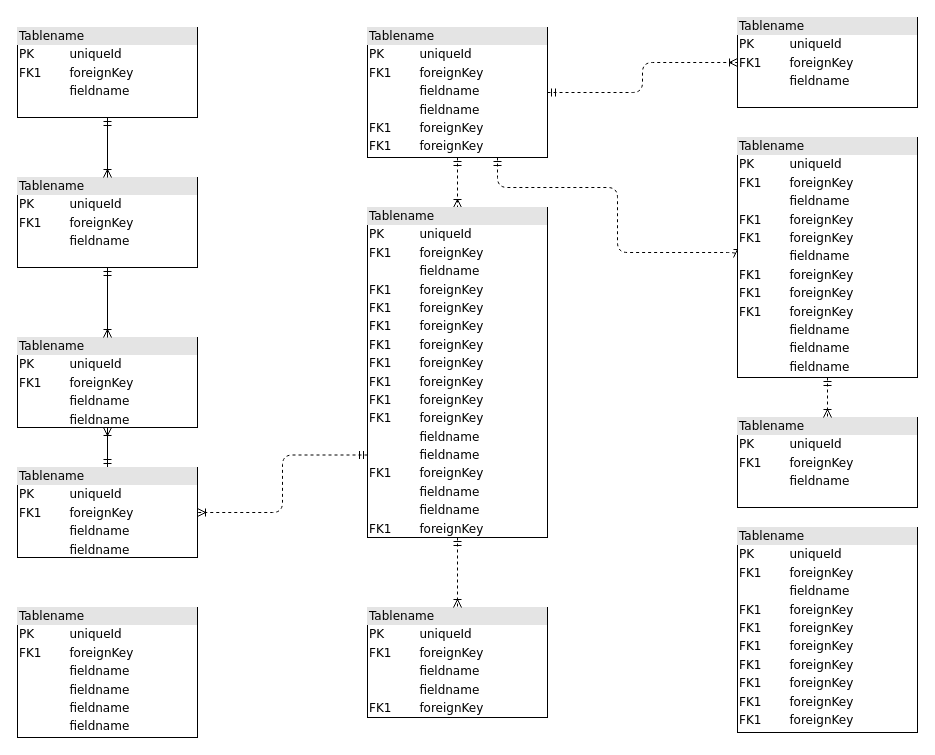
Before: HR_Model.drawio in nhanhoangle/DrawIO, a draw.io diagram. Source tidied: cells renumbered, new cells numbered last; positions are measured from the earlier drawing's top-left corner, leaving out a move shared by most shapes. Both pictures are drawn from the tidied source at 100%, with x=0, y=0 at pixel (17, 17).
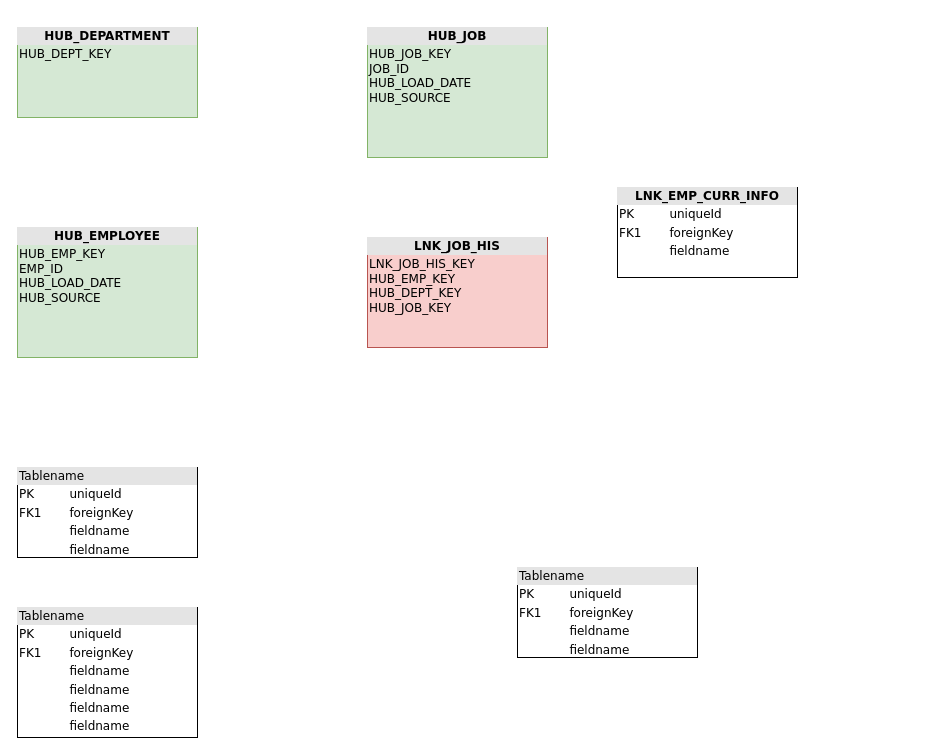
After the change.

The change refers to these unchanged cells:
```xml
<mxCell id="9" value="&lt;div style=&quot;box-sizing: border-box ; width: 100% ; background: #e4e4e4 ; padding: 2px&quot;&gt;Tablename&lt;/div&gt;&lt;table style=&quot;width: 100% ; font-size: 1em&quot; cellpadding=&quot;2&quot; cellspacing=&quot;0&quot;&gt;&lt;tbody&gt;&lt;tr&gt;&lt;td&gt;PK&lt;/td&gt;&lt;td&gt;uniqueId&lt;/td&gt;&lt;/tr&gt;&lt;tr&gt;&lt;td&gt;FK1&lt;/td&gt;&lt;td&gt;foreignKey&lt;/td&gt;&lt;/tr&gt;&lt;tr&gt;&lt;td&gt;&lt;/td&gt;&lt;td&gt;fieldname&lt;/td&gt;&lt;/tr&gt;&lt;tr&gt;&lt;td&gt;&lt;br&gt;&lt;/td&gt;&lt;td&gt;fieldname&lt;br&gt;&lt;/td&gt;&lt;/tr&gt;&lt;/tbody&gt;&lt;/table&gt;" style="verticalAlign=top;align=left;overflow=fill;html=1;rounded=0;shadow=0;comic=0;labelBackgroundColor=none;strokeWidth=1;fontFamily=Verdana;fontSize=12;" parent="1" vertex="1">
  <mxGeometry y="450" width="180" height="90" as="geometry" />
</mxCell>
```

Change to the diagram source:
```diff
@@
-    <mxCell id="2" value="&lt;div style=&quot;box-sizing:border-box;width:100%;background:#e4e4e4;padding:2px;&quot;&gt;Tablename&lt;/div&gt;&lt;table style=&quot;width:100%;font-size:1em;&quot; cellpadding=&quot;2&quot; cellspacing=&quot;0&quot;&gt;&lt;tr&gt;&lt;td&gt;PK&lt;/td&gt;&lt;td&gt;uniqueId&lt;/td&gt;&lt;/tr&gt;&lt;tr&gt;&lt;td&gt;FK1&lt;/td&gt;&lt;td&gt;foreignKey&lt;/td&gt;&lt;/tr&gt;&lt;tr&gt;&lt;td&gt;&lt;/td&gt;&lt;td&gt;fieldname&lt;/td&gt;&lt;/tr&gt;&lt;/table&gt;" style="verticalAlign=top;align=left;overflow=fill;html=1;rounded=0;shadow=0;comic=0;labelBackgroundColor=none;strokeWidth=1;fontFamily=Verdana;fontSize=12;" parent="1" vertex="1">
+    <mxCell id="2" value="&lt;div style=&quot;text-align: center ; box-sizing: border-box ; width: 100% ; background: rgb(228 , 228 , 228) ; padding: 2px&quot;&gt;&lt;b&gt;HUB_DEPARTMENT&lt;/b&gt;&lt;/div&gt;&lt;table style=&quot;width: 100% ; font-size: 1em&quot; cellpadding=&quot;2&quot; cellspacing=&quot;0&quot;&gt;&lt;tbody&gt;&lt;tr&gt;&lt;td&gt;HUB_DEPT_KEY&lt;/td&gt;&lt;td&gt;&lt;br&gt;&lt;/td&gt;&lt;/tr&gt;&lt;/tbody&gt;&lt;/table&gt;" style="verticalAlign=top;align=left;overflow=fill;html=1;rounded=0;shadow=0;comic=0;labelBackgroundColor=none;strokeWidth=1;fontFamily=Verdana;fontSize=12;fillColor=#d5e8d4;strokeColor=#82b366;" parent="1" vertex="1">
       <mxGeometry y="10" width="180" height="90" as="geometry" />
     </mxCell>
-    <mxCell id="3" style="edgeStyle=orthogonalEdgeStyle;html=1;entryX=0.5;entryY=0;dashed=1;labelBackgroundColor=none;startArrow=ERmandOne;endArrow=ERoneToMany;fontFamily=Verdana;fontSize=12;align=left;" parent="1" edge="1" source="6" target="16">
-      <mxGeometry relative="1" as="geometry" />
-    </mxCell>
-    <mxCell id="4" style="edgeStyle=orthogonalEdgeStyle;html=1;dashed=1;labelBackgroundColor=none;startArrow=ERmandOne;endArrow=ERoneToMany;fontFamily=Verdana;fontSize=12;align=left;entryX=0;entryY=0.5;" parent="1" edge="1" source="6" target="19">
-      <mxGeometry relative="1" as="geometry">
-        <Array as="points">
-          <mxPoint x="480" y="170" />
-          <mxPoint x="600" y="170" />
-          <mxPoint x="600" y="235" />
-        </Array>
-      </mxGeometry>
-    </mxCell>
-    <mxCell id="5" style="edgeStyle=orthogonalEdgeStyle;html=1;dashed=1;labelBackgroundColor=none;startArrow=ERmandOne;endArrow=ERoneToMany;fontFamily=Verdana;fontSize=12;align=left;" parent="1" edge="1" source="6" target="20">
-      <mxGeometry relative="1" as="geometry" />
-    </mxCell>
-    <mxCell id="6" value="&lt;div style=&quot;box-sizing: border-box ; width: 100% ; background: #e4e4e4 ; padding: 2px&quot;&gt;Tablename&lt;/div&gt;&lt;table style=&quot;width: 100% ; font-size: 1em&quot; cellpadding=&quot;2&quot; cellspacing=&quot;0&quot;&gt;&lt;tbody&gt;&lt;tr&gt;&lt;td&gt;PK&lt;/td&gt;&lt;td&gt;uniqueId&lt;/td&gt;&lt;/tr&gt;&lt;tr&gt;&lt;td&gt;FK1&lt;/td&gt;&lt;td&gt;foreignKey&lt;/td&gt;&lt;/tr&gt;&lt;tr&gt;&lt;td&gt;&lt;/td&gt;&lt;td&gt;fieldname&lt;/td&gt;&lt;/tr&gt;&lt;tr&gt;&lt;td&gt;&lt;br&gt;&lt;/td&gt;&lt;td&gt;fieldname&lt;br&gt;&lt;/td&gt;&lt;/tr&gt;&lt;tr&gt;&lt;td&gt;FK1&lt;br&gt;&lt;/td&gt;&lt;td&gt;foreignKey&lt;br&gt;&lt;/td&gt;&lt;/tr&gt;&lt;tr&gt;&lt;td&gt;FK1&lt;br&gt;&lt;/td&gt;&lt;td&gt;foreignKey&lt;br&gt;&lt;/td&gt;&lt;/tr&gt;&lt;/tbody&gt;&lt;/table&gt;" style="verticalAlign=top;align=left;overflow=fill;html=1;rounded=0;shadow=0;comic=0;labelBackgroundColor=none;strokeWidth=1;fontFamily=Verdana;fontSize=12;" parent="1" vertex="1">
+    <mxCell id="6" value="&lt;div style=&quot;text-align: center ; box-sizing: border-box ; width: 100% ; background: rgb(228 , 228 , 228) ; padding: 2px&quot;&gt;&lt;b&gt;HUB_JOB&lt;/b&gt;&lt;/div&gt;&lt;table style=&quot;width: 100% ; font-size: 1em&quot; cellpadding=&quot;2&quot; cellspacing=&quot;0&quot;&gt;&lt;tbody&gt;&lt;tr&gt;&lt;td&gt;HUB_JOB_KEY&lt;br&gt;JOB_ID&lt;br&gt;HUB_LOAD_DATE&lt;br&gt;HUB_SOURCE&lt;/td&gt;&lt;td&gt;&lt;br&gt;&lt;/td&gt;&lt;/tr&gt;&lt;/tbody&gt;&lt;/table&gt;" style="verticalAlign=top;align=left;overflow=fill;html=1;rounded=0;shadow=0;comic=0;labelBackgroundColor=none;strokeWidth=1;fontFamily=Verdana;fontSize=12;fillColor=#d5e8d4;strokeColor=#82b366;" parent="1" vertex="1">
       <mxGeometry x="350" y="10" width="180" height="130" as="geometry" />
     </mxCell>
-    <mxCell id="7" style="edgeStyle=orthogonalEdgeStyle;html=1;labelBackgroundColor=none;startArrow=ERmandOne;endArrow=ERoneToMany;fontFamily=Verdana;fontSize=12;align=left;" parent="1" edge="1" source="9" target="10">
-      <mxGeometry relative="1" as="geometry" />
-    </mxCell>
-    <mxCell id="8" style="edgeStyle=orthogonalEdgeStyle;html=1;exitX=0;exitY=0.75;entryX=1;entryY=0.5;dashed=1;labelBackgroundColor=none;startArrow=ERmandOne;endArrow=ERoneToMany;fontFamily=Verdana;fontSize=12;align=left;" parent="1" edge="1" source="16" target="9">
-      <mxGeometry relative="1" as="geometry" />
-    </mxCell>
@@
     <mxCell id="10" value="&lt;div style=&quot;box-sizing: border-box ; width: 100% ; background: #e4e4e4 ; padding: 2px&quot;&gt;Tablename&lt;/div&gt;&lt;table style=&quot;width: 100% ; font-size: 1em&quot; cellpadding=&quot;2&quot; cellspacing=&quot;0&quot;&gt;&lt;tbody&gt;&lt;tr&gt;&lt;td&gt;PK&lt;/td&gt;&lt;td&gt;uniqueId&lt;/td&gt;&lt;/tr&gt;&lt;tr&gt;&lt;td&gt;FK1&lt;/td&gt;&lt;td&gt;foreignKey&lt;/td&gt;&lt;/tr&gt;&lt;tr&gt;&lt;td&gt;&lt;/td&gt;&lt;td&gt;fieldname&lt;/td&gt;&lt;/tr&gt;&lt;tr&gt;&lt;td&gt;&lt;br&gt;&lt;/td&gt;&lt;td&gt;fieldname&lt;br&gt;&lt;/td&gt;&lt;/tr&gt;&lt;/tbody&gt;&lt;/table&gt;" style="verticalAlign=top;align=left;overflow=fill;html=1;rounded=0;shadow=0;comic=0;labelBackgroundColor=none;strokeWidth=1;fontFamily=Verdana;fontSize=12;" parent="1" vertex="1">
-      <mxGeometry y="320" width="180" height="90" as="geometry" />
+      <mxGeometry x="500" y="550" width="180" height="90" as="geometry" />
     </mxCell>
-    <mxCell id="11" style="edgeStyle=orthogonalEdgeStyle;html=1;entryX=0.5;entryY=0;labelBackgroundColor=none;startArrow=ERmandOne;endArrow=ERoneToMany;fontFamily=Verdana;fontSize=12;align=left;" parent="1" edge="1" source="12" target="10">
-      <mxGeometry relative="1" as="geometry" />
-    </mxCell>
-    <mxCell id="12" value="&lt;div style=&quot;box-sizing:border-box;width:100%;background:#e4e4e4;padding:2px;&quot;&gt;Tablename&lt;/div&gt;&lt;table style=&quot;width:100%;font-size:1em;&quot; cellpadding=&quot;2&quot; cellspacing=&quot;0&quot;&gt;&lt;tr&gt;&lt;td&gt;PK&lt;/td&gt;&lt;td&gt;uniqueId&lt;/td&gt;&lt;/tr&gt;&lt;tr&gt;&lt;td&gt;FK1&lt;/td&gt;&lt;td&gt;foreignKey&lt;/td&gt;&lt;/tr&gt;&lt;tr&gt;&lt;td&gt;&lt;/td&gt;&lt;td&gt;fieldname&lt;/td&gt;&lt;/tr&gt;&lt;/table&gt;" style="verticalAlign=top;align=left;overflow=fill;html=1;rounded=0;shadow=0;comic=0;labelBackgroundColor=none;strokeWidth=1;fontFamily=Verdana;fontSize=12;" parent="1" vertex="1">
-      <mxGeometry y="160" width="180" height="90" as="geometry" />
+    <mxCell id="12" value="&lt;div style=&quot;text-align: center ; box-sizing: border-box ; width: 100% ; background: rgb(228 , 228 , 228) ; padding: 2px&quot;&gt;&lt;b&gt;LNK_EMP_CURR_INFO&lt;/b&gt;&lt;/div&gt;&lt;table style=&quot;width: 100% ; font-size: 1em&quot; cellpadding=&quot;2&quot; cellspacing=&quot;0&quot;&gt;&lt;tbody&gt;&lt;tr&gt;&lt;td&gt;PK&lt;/td&gt;&lt;td&gt;uniqueId&lt;/td&gt;&lt;/tr&gt;&lt;tr&gt;&lt;td&gt;FK1&lt;/td&gt;&lt;td&gt;foreignKey&lt;/td&gt;&lt;/tr&gt;&lt;tr&gt;&lt;td&gt;&lt;/td&gt;&lt;td&gt;fieldname&lt;/td&gt;&lt;/tr&gt;&lt;/tbody&gt;&lt;/table&gt;" style="verticalAlign=top;align=left;overflow=fill;html=1;rounded=0;shadow=0;comic=0;labelBackgroundColor=none;strokeWidth=1;fontFamily=Verdana;fontSize=12;" parent="1" vertex="1">
+      <mxGeometry x="600" y="170" width="180" height="90" as="geometry" />
     </mxCell>
-    <mxCell id="13" value="&lt;div style=&quot;box-sizing: border-box ; width: 100% ; background: #e4e4e4 ; padding: 2px&quot;&gt;Tablename&lt;/div&gt;&lt;table style=&quot;width: 100% ; font-size: 1em&quot; cellpadding=&quot;2&quot; cellspacing=&quot;0&quot;&gt;&lt;tbody&gt;&lt;tr&gt;&lt;td&gt;PK&lt;/td&gt;&lt;td&gt;uniqueId&lt;/td&gt;&lt;/tr&gt;&lt;tr&gt;&lt;td&gt;FK1&lt;/td&gt;&lt;td&gt;foreignKey&lt;/td&gt;&lt;/tr&gt;&lt;tr&gt;&lt;td&gt;&lt;/td&gt;&lt;td&gt;fieldname&lt;/td&gt;&lt;/tr&gt;&lt;tr&gt;&lt;td&gt;FK1&lt;br&gt;&lt;/td&gt;&lt;td&gt;foreignKey&lt;br&gt;&lt;/td&gt;&lt;/tr&gt;&lt;tr&gt;&lt;td&gt;FK1&lt;br&gt;&lt;/td&gt;&lt;td&gt;foreignKey&lt;br&gt;&lt;/td&gt;&lt;/tr&gt;&lt;tr&gt;&lt;td&gt;FK1&lt;br&gt;&lt;/td&gt;&lt;td&gt;foreignKey&lt;br&gt;&lt;/td&gt;&lt;/tr&gt;&lt;tr&gt;&lt;td&gt;FK1&lt;br&gt;&lt;/td&gt;&lt;td&gt;foreignKey&lt;br&gt;&lt;/td&gt;&lt;/tr&gt;&lt;tr&gt;&lt;td&gt;FK1&lt;br&gt;&lt;/td&gt;&lt;td&gt;foreignKey&lt;br&gt;&lt;/td&gt;&lt;/tr&gt;&lt;tr&gt;&lt;td&gt;FK1&lt;br&gt;&lt;/td&gt;&lt;td&gt;foreignKey&lt;br&gt;&lt;/td&gt;&lt;/tr&gt;&lt;tr&gt;&lt;td&gt;FK1&lt;br&gt;&lt;/td&gt;&lt;td&gt;foreignKey&lt;br&gt;&lt;/td&gt;&lt;/tr&gt;&lt;/tbody&gt;&lt;/table&gt;" style="verticalAlign=top;align=left;overflow=fill;html=1;rounded=0;shadow=0;comic=0;labelBackgroundColor=none;strokeWidth=1;fontFamily=Verdana;fontSize=12;" parent="1" vertex="1">
-      <mxGeometry x="720" y="510" width="180" height="205" as="geometry" />
-    </mxCell>
-    <mxCell id="14" value="&lt;div style=&quot;box-sizing: border-box ; width: 100% ; background: #e4e4e4 ; padding: 2px&quot;&gt;Tablename&lt;/div&gt;&lt;table style=&quot;width: 100% ; font-size: 1em&quot; cellpadding=&quot;2&quot; cellspacing=&quot;0&quot;&gt;&lt;tbody&gt;&lt;tr&gt;&lt;td&gt;PK&lt;/td&gt;&lt;td&gt;uniqueId&lt;/td&gt;&lt;/tr&gt;&lt;tr&gt;&lt;td&gt;FK1&lt;/td&gt;&lt;td&gt;foreignKey&lt;/td&gt;&lt;/tr&gt;&lt;tr&gt;&lt;td&gt;&lt;/td&gt;&lt;td&gt;fieldname&lt;/td&gt;&lt;/tr&gt;&lt;tr&gt;&lt;td&gt;&lt;br&gt;&lt;/td&gt;&lt;td&gt;fieldname&lt;br&gt;&lt;/td&gt;&lt;/tr&gt;&lt;tr&gt;&lt;td&gt;FK1&lt;br&gt;&lt;/td&gt;&lt;td&gt;foreignKey&lt;br&gt;&lt;/td&gt;&lt;/tr&gt;&lt;/tbody&gt;&lt;/table&gt;" style="verticalAlign=top;align=left;overflow=fill;html=1;rounded=0;shadow=0;comic=0;labelBackgroundColor=none;strokeWidth=1;fontFamily=Verdana;fontSize=12;" parent="1" vertex="1">
-      <mxGeometry x="350" y="590" width="180" height="110" as="geometry" />
+    <mxCell id="14" value="&lt;div style=&quot;text-align: center ; box-sizing: border-box ; width: 100% ; background: rgb(228 , 228 , 228) ; padding: 2px&quot;&gt;&lt;b&gt;LNK_JOB_HIS&lt;/b&gt;&lt;/div&gt;&lt;table style=&quot;width: 100% ; font-size: 1em&quot; cellpadding=&quot;2&quot; cellspacing=&quot;0&quot;&gt;&lt;tbody&gt;&lt;tr&gt;&lt;td&gt;LNK_JOB_HIS_KEY&lt;br&gt;HUB_EMP_KEY&lt;br&gt;HUB_DEPT_KEY&lt;br&gt;HUB_JOB_KEY&lt;/td&gt;&lt;td&gt;&lt;br&gt;&lt;/td&gt;&lt;/tr&gt;&lt;/tbody&gt;&lt;/table&gt;" style="verticalAlign=top;align=left;overflow=fill;html=1;rounded=0;shadow=0;comic=0;labelBackgroundColor=none;strokeWidth=1;fontFamily=Verdana;fontSize=12;fillColor=#f8cecc;strokeColor=#b85450;" parent="1" vertex="1">
+      <mxGeometry x="350" y="220" width="180" height="110" as="geometry" />
     </mxCell>
-    <mxCell id="15" style="edgeStyle=orthogonalEdgeStyle;html=1;entryX=0.5;entryY=0;labelBackgroundColor=none;startArrow=ERmandOne;endArrow=ERoneToMany;fontFamily=Verdana;fontSize=12;align=left;dashed=1;" parent="1" edge="1" source="16" target="14">
-      <mxGeometry relative="1" as="geometry" />
-    </mxCell>
-    <mxCell id="16" value="&lt;div style=&quot;box-sizing: border-box ; width: 100% ; background: #e4e4e4 ; padding: 2px&quot;&gt;Tablename&lt;/div&gt;&lt;table style=&quot;width: 100% ; font-size: 1em&quot; cellpadding=&quot;2&quot; cellspacing=&quot;0&quot;&gt;&lt;tbody&gt;&lt;tr&gt;&lt;td&gt;PK&lt;/td&gt;&lt;td&gt;uniqueId&lt;/td&gt;&lt;/tr&gt;&lt;tr&gt;&lt;td&gt;FK1&lt;/td&gt;&lt;td&gt;foreignKey&lt;/td&gt;&lt;/tr&gt;&lt;tr&gt;&lt;td&gt;&lt;/td&gt;&lt;td&gt;fieldname&lt;/td&gt;&lt;/tr&gt;&lt;tr&gt;&lt;td&gt;FK1&lt;br&gt;&lt;/td&gt;&lt;td&gt;foreignKey&lt;br&gt;&lt;/td&gt;&lt;/tr&gt;&lt;tr&gt;&lt;td&gt;FK1&lt;br&gt;&lt;/td&gt;&lt;td&gt;foreignKey&lt;br&gt;&lt;/td&gt;&lt;/tr&gt;&lt;tr&gt;&lt;td&gt;FK1&lt;br&gt;&lt;/td&gt;&lt;td&gt;foreignKey&lt;br&gt;&lt;/td&gt;&lt;/tr&gt;&lt;tr&gt;&lt;td&gt;FK1&lt;br&gt;&lt;/td&gt;&lt;td&gt;foreignKey&lt;br&gt;&lt;/td&gt;&lt;/tr&gt;&lt;tr&gt;&lt;td&gt;FK1&lt;br&gt;&lt;/td&gt;&lt;td&gt;foreignKey&lt;br&gt;&lt;/td&gt;&lt;/tr&gt;&lt;tr&gt;&lt;td&gt;FK1&lt;br&gt;&lt;/td&gt;&lt;td&gt;foreignKey&lt;br&gt;&lt;/td&gt;&lt;/tr&gt;&lt;tr&gt;&lt;td&gt;FK1&lt;br&gt;&lt;/td&gt;&lt;td&gt;foreignKey&lt;br&gt;&lt;/td&gt;&lt;/tr&gt;&lt;tr&gt;&lt;td&gt;FK1&lt;br&gt;&lt;/td&gt;&lt;td&gt;foreignKey&lt;br&gt;&lt;/td&gt;&lt;/tr&gt;&lt;tr&gt;&lt;td&gt;&lt;br&gt;&lt;/td&gt;&lt;td&gt;fieldname&lt;br&gt;&lt;/td&gt;&lt;/tr&gt;&lt;tr&gt;&lt;td&gt;&lt;br&gt;&lt;/td&gt;&lt;td&gt;fieldname&lt;br&gt;&lt;/td&gt;&lt;/tr&gt;&lt;tr&gt;&lt;td&gt;FK1&lt;br&gt;&lt;/td&gt;&lt;td&gt;foreignKey&lt;br&gt;&lt;/td&gt;&lt;/tr&gt;&lt;tr&gt;&lt;td&gt;&lt;br&gt;&lt;/td&gt;&lt;td&gt;fieldname&lt;br&gt;&lt;/td&gt;&lt;/tr&gt;&lt;tr&gt;&lt;td&gt;&lt;br&gt;&lt;/td&gt;&lt;td&gt;fieldname&lt;br&gt;&lt;/td&gt;&lt;/tr&gt;&lt;tr&gt;&lt;td&gt;FK1&lt;br&gt;&lt;/td&gt;&lt;td&gt;foreignKey&lt;br&gt;&lt;/td&gt;&lt;/tr&gt;&lt;/tbody&gt;&lt;/table&gt;" style="verticalAlign=top;align=left;overflow=fill;html=1;rounded=0;shadow=0;comic=0;labelBackgroundColor=none;strokeWidth=1;fontFamily=Verdana;fontSize=12;" parent="1" vertex="1">
-      <mxGeometry x="350" y="190" width="180" height="330" as="geometry" />
+    <mxCell id="16" value="&lt;div style=&quot;text-align: center ; box-sizing: border-box ; width: 100% ; background: rgb(228 , 228 , 228) ; padding: 2px&quot;&gt;&lt;b&gt;&lt;font style=&quot;font-size: 12px&quot;&gt;HUB_EMPLOYEE&lt;/font&gt;&lt;/b&gt;&lt;/div&gt;&lt;table style=&quot;width: 100%&quot; cellpadding=&quot;2&quot; cellspacing=&quot;0&quot;&gt;&lt;tbody&gt;&lt;tr&gt;&lt;td&gt;HUB_EMP_KEY&lt;br&gt;EMP_ID&lt;br&gt;HUB_LOAD_DATE&lt;br&gt;HUB_SOURCE&lt;/td&gt;&lt;td&gt;&lt;br&gt;&lt;/td&gt;&lt;/tr&gt;&lt;tr&gt;&lt;td&gt;&lt;/td&gt;&lt;td&gt;&lt;br&gt;&lt;/td&gt;&lt;/tr&gt;&lt;/tbody&gt;&lt;/table&gt;" style="verticalAlign=top;align=left;overflow=fill;html=1;rounded=0;shadow=0;comic=0;labelBackgroundColor=none;strokeWidth=1;fontFamily=Verdana;fontSize=12;fillColor=#d5e8d4;strokeColor=#82b366;" parent="1" vertex="1">
+      <mxGeometry y="210" width="180" height="130" as="geometry" />
     </mxCell>
-    <mxCell id="17" value="&lt;div style=&quot;box-sizing:border-box;width:100%;background:#e4e4e4;padding:2px;&quot;&gt;Tablename&lt;/div&gt;&lt;table style=&quot;width:100%;font-size:1em;&quot; cellpadding=&quot;2&quot; cellspacing=&quot;0&quot;&gt;&lt;tr&gt;&lt;td&gt;PK&lt;/td&gt;&lt;td&gt;uniqueId&lt;/td&gt;&lt;/tr&gt;&lt;tr&gt;&lt;td&gt;FK1&lt;/td&gt;&lt;td&gt;foreignKey&lt;/td&gt;&lt;/tr&gt;&lt;tr&gt;&lt;td&gt;&lt;/td&gt;&lt;td&gt;fieldname&lt;/td&gt;&lt;/tr&gt;&lt;/table&gt;" style="verticalAlign=top;align=left;overflow=fill;html=1;rounded=0;shadow=0;comic=0;labelBackgroundColor=none;strokeWidth=1;fontFamily=Verdana;fontSize=12;" parent="1" vertex="1">
-      <mxGeometry x="720" y="400" width="180" height="90" as="geometry" />
-    </mxCell>
-    <mxCell id="18" style="edgeStyle=orthogonalEdgeStyle;html=1;entryX=0.5;entryY=0;dashed=1;labelBackgroundColor=none;startArrow=ERmandOne;endArrow=ERoneToMany;fontFamily=Verdana;fontSize=12;align=left;" parent="1" edge="1" source="19" target="17">
-      <mxGeometry relative="1" as="geometry" />
-    </mxCell>
-    <mxCell id="19" value="&lt;div style=&quot;box-sizing: border-box ; width: 100% ; background: #e4e4e4 ; padding: 2px&quot;&gt;Tablename&lt;/div&gt;&lt;table style=&quot;width: 100% ; font-size: 1em&quot; cellpadding=&quot;2&quot; cellspacing=&quot;0&quot;&gt;&lt;tbody&gt;&lt;tr&gt;&lt;td&gt;PK&lt;/td&gt;&lt;td&gt;uniqueId&lt;/td&gt;&lt;/tr&gt;&lt;tr&gt;&lt;td&gt;FK1&lt;/td&gt;&lt;td&gt;foreignKey&lt;/td&gt;&lt;/tr&gt;&lt;tr&gt;&lt;td&gt;&lt;/td&gt;&lt;td&gt;fieldname&lt;/td&gt;&lt;/tr&gt;&lt;tr&gt;&lt;td&gt;FK1&lt;br&gt;&lt;/td&gt;&lt;td&gt;foreignKey&lt;br&gt;&lt;/td&gt;&lt;/tr&gt;&lt;tr&gt;&lt;td&gt;FK1&lt;br&gt;&lt;/td&gt;&lt;td&gt;foreignKey&lt;br&gt;&lt;/td&gt;&lt;/tr&gt;&lt;tr&gt;&lt;td&gt;&lt;br&gt;&lt;/td&gt;&lt;td&gt;fieldname&lt;br&gt;&lt;/td&gt;&lt;/tr&gt;&lt;tr&gt;&lt;td&gt;FK1&lt;br&gt;&lt;/td&gt;&lt;td&gt;foreignKey&lt;br&gt;&lt;/td&gt;&lt;/tr&gt;&lt;tr&gt;&lt;td&gt;FK1&lt;br&gt;&lt;/td&gt;&lt;td&gt;foreignKey&lt;br&gt;&lt;/td&gt;&lt;/tr&gt;&lt;tr&gt;&lt;td&gt;FK1&lt;br&gt;&lt;/td&gt;&lt;td&gt;foreignKey&lt;br&gt;&lt;/td&gt;&lt;/tr&gt;&lt;tr&gt;&lt;td&gt;&lt;br&gt;&lt;/td&gt;&lt;td&gt;fieldname&lt;br&gt;&lt;/td&gt;&lt;/tr&gt;&lt;tr&gt;&lt;td&gt;&lt;br&gt;&lt;/td&gt;&lt;td&gt;fieldname&lt;br&gt;&lt;/td&gt;&lt;/tr&gt;&lt;tr&gt;&lt;td&gt;&lt;br&gt;&lt;/td&gt;&lt;td&gt;fieldname&lt;br&gt;&lt;/td&gt;&lt;/tr&gt;&lt;/tbody&gt;&lt;/table&gt;" style="verticalAlign=top;align=left;overflow=fill;html=1;rounded=0;shadow=0;comic=0;labelBackgroundColor=none;strokeWidth=1;fontFamily=Verdana;fontSize=12;" parent="1" vertex="1">
-      <mxGeometry x="720" y="120" width="180" height="240" as="geometry" />
-    </mxCell>
-    <mxCell id="20" value="&lt;div style=&quot;box-sizing:border-box;width:100%;background:#e4e4e4;padding:2px;&quot;&gt;Tablename&lt;/div&gt;&lt;table style=&quot;width:100%;font-size:1em;&quot; cellpadding=&quot;2&quot; cellspacing=&quot;0&quot;&gt;&lt;tr&gt;&lt;td&gt;PK&lt;/td&gt;&lt;td&gt;uniqueId&lt;/td&gt;&lt;/tr&gt;&lt;tr&gt;&lt;td&gt;FK1&lt;/td&gt;&lt;td&gt;foreignKey&lt;/td&gt;&lt;/tr&gt;&lt;tr&gt;&lt;td&gt;&lt;/td&gt;&lt;td&gt;fieldname&lt;/td&gt;&lt;/tr&gt;&lt;/table&gt;" style="verticalAlign=top;align=left;overflow=fill;html=1;rounded=0;shadow=0;comic=0;labelBackgroundColor=none;strokeWidth=1;fontFamily=Verdana;fontSize=12;" parent="1" vertex="1">
-      <mxGeometry x="720" width="180" height="90" as="geometry" />
-    </mxCell>
@@
-    <mxCell id="22" style="edgeStyle=orthogonalEdgeStyle;html=1;endArrow=ERoneToMany;startArrow=ERmandOne;labelBackgroundColor=none;fontFamily=Verdana;fontSize=12;align=left;exitX=0.5;exitY=1;entryX=0.5;entryY=0;" parent="1" edge="1" source="2" target="12">
-      <mxGeometry relative="1" as="geometry" />
-    </mxCell>
```
